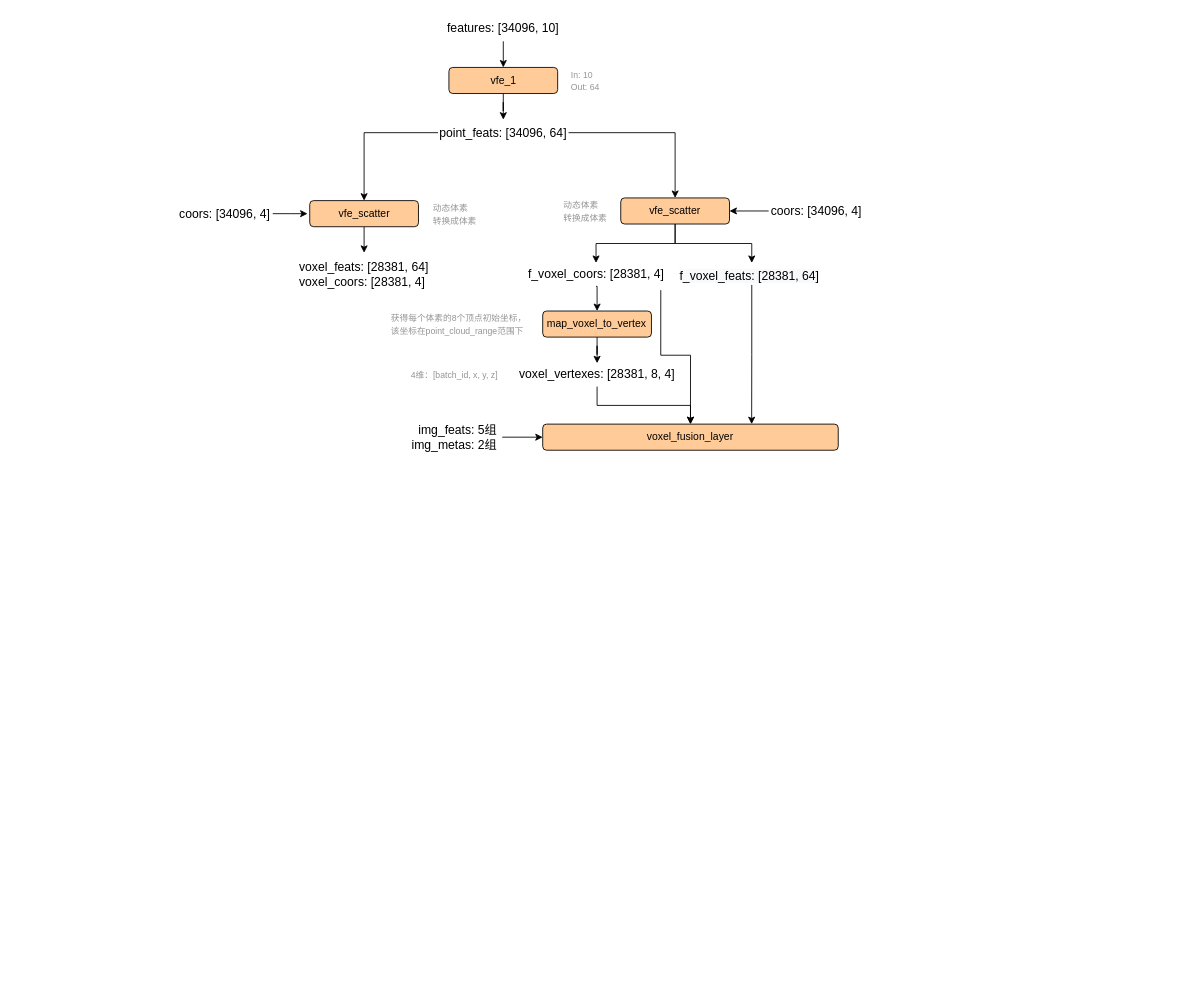
This is voxel_point_fusion.drawio from wennieWN/UML, a draw.io file, before an edit. Source tidied: cells renumbered, new cells numbered last; positions are measured from the earlier drawing's top-left corner, leaving out a move shared by most shapes. Both pictures are drawn from the tidied source at 87%, with x=0, y=0 at pixel (177, 15).
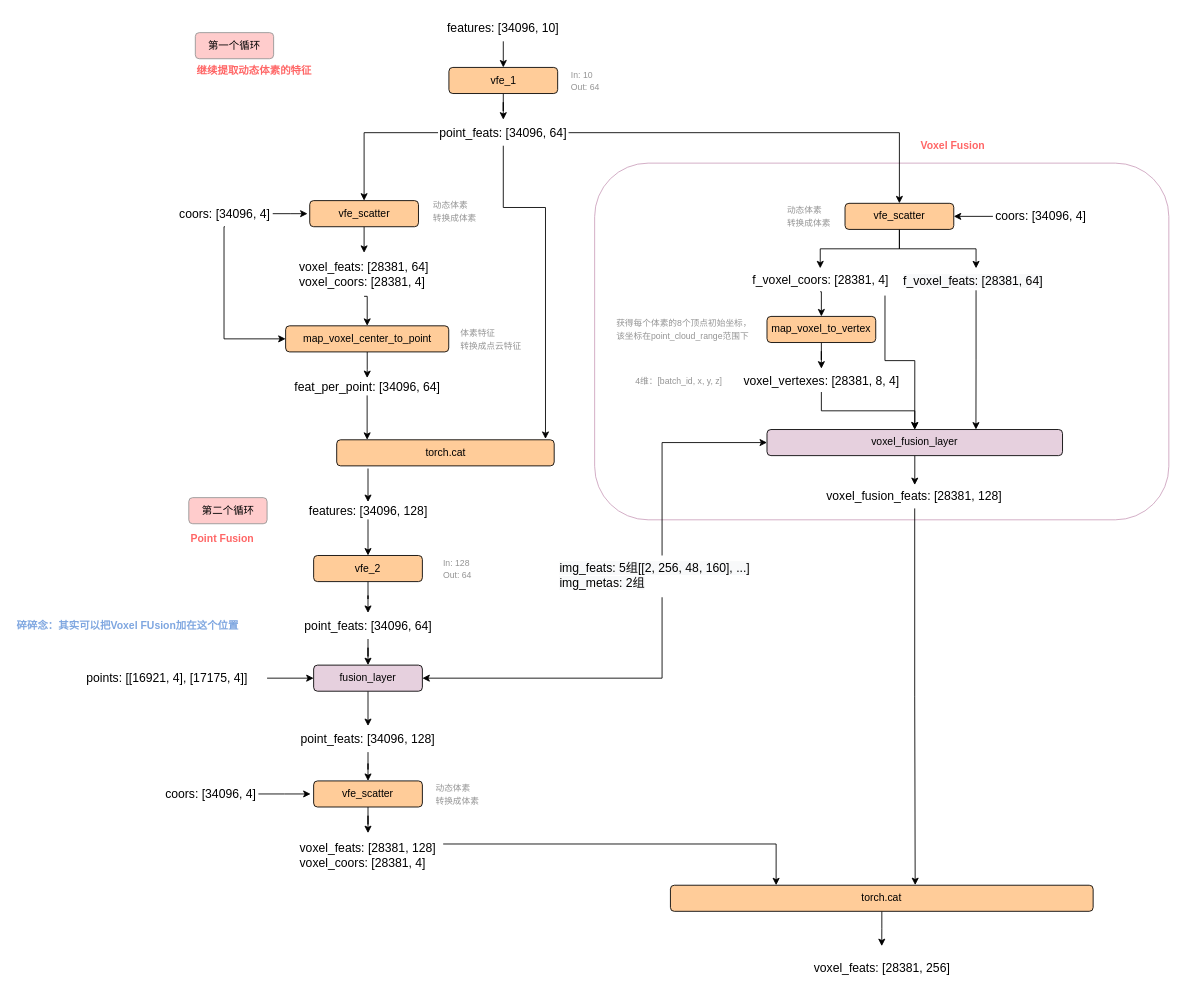
After the change.

Unchanged cells that the change refers to:
```xml
<mxCell id="8" value="&lt;font style=&quot;font-size: 14px&quot;&gt;point_feats: [34096, 64]&lt;/font&gt;" style="text;html=1;strokeColor=none;fillColor=none;align=center;verticalAlign=middle;whiteSpace=wrap;rounded=0;" parent="1" vertex="1">
  <mxGeometry x="300" y="120" width="150" height="30" as="geometry" />
</mxCell>
<mxCell id="13" value="&lt;font style=&quot;font-size: 14px&quot;&gt;coors: [34096, 4]&lt;/font&gt;" style="text;html=1;strokeColor=none;fillColor=none;align=center;verticalAlign=middle;whiteSpace=wrap;rounded=0;" parent="1" vertex="1">
  <mxGeometry y="213.1" width="110" height="30" as="geometry" />
</mxCell>
<mxCell id="14" value="&lt;div style=&quot;text-align: left&quot;&gt;&lt;span style=&quot;font-size: 14px&quot;&gt;voxel_feats: [28381, 64]&lt;/span&gt;&lt;/div&gt;&lt;font style=&quot;font-size: 14px&quot;&gt;&lt;div style=&quot;text-align: left&quot;&gt;&lt;span&gt;voxel_coors: [28381, 4]&lt;/span&gt;&lt;/div&gt;&lt;/font&gt;" style="text;html=1;strokeColor=none;fillColor=none;align=center;verticalAlign=middle;whiteSpace=wrap;rounded=0;" parent="1" vertex="1">
  <mxGeometry x="136.2" y="273.1" width="157.5" height="50" as="geometry" />
</mxCell>
```

The edit, as a diff of the source:
```diff
@@
+    <mxCell id="36" style="rounded=1;whiteSpace=wrap;html=1;shadow=0;strokeColor=#CDA2BE;fillColor=none;" parent="1" vertex="1">
+      <mxGeometry x="480" y="170" width="660" height="410" as="geometry" />
+    </mxCell>
@@
     <mxCell id="15" value="&lt;div style=&quot;text-align: left&quot;&gt;&lt;span style=&quot;font-size: 10px&quot;&gt;&lt;font color=&quot;#949494&quot;&gt;动态体素&lt;/font&gt;&lt;/span&gt;&lt;/div&gt;&lt;div style=&quot;text-align: left&quot;&gt;&lt;span style=&quot;font-size: 10px&quot;&gt;&lt;font color=&quot;#949494&quot;&gt;转换成体素&lt;/font&gt;&lt;/span&gt;&lt;/div&gt;" style="text;html=1;strokeColor=none;fillColor=none;align=center;verticalAlign=middle;whiteSpace=wrap;rounded=0;" parent="1" vertex="1">
-      <mxGeometry x="277.5" y="210" width="82.5" height="36.2" as="geometry" />
+      <mxGeometry x="277.5" y="206.9" width="82.5" height="36.2" as="geometry" />
     </mxCell>
@@
     <mxCell id="18" value="vfe_scatter" style="rounded=1;whiteSpace=wrap;html=1;fillColor=#FFCC99;" parent="1" vertex="1">
-      <mxGeometry x="510" y="210" width="125" height="30" as="geometry" />
+      <mxGeometry x="767.8" y="216.2" width="125" height="30" as="geometry" />
     </mxCell>
     <mxCell id="19" value="&lt;div style=&quot;text-align: left&quot;&gt;&lt;span style=&quot;font-size: 10px&quot;&gt;&lt;font color=&quot;#949494&quot;&gt;动态体素&lt;/font&gt;&lt;/span&gt;&lt;/div&gt;&lt;div style=&quot;text-align: left&quot;&gt;&lt;span style=&quot;font-size: 10px&quot;&gt;&lt;font color=&quot;#949494&quot;&gt;转换成体素&lt;/font&gt;&lt;/span&gt;&lt;/div&gt;" style="text;html=1;strokeColor=none;fillColor=none;align=center;verticalAlign=middle;whiteSpace=wrap;rounded=0;" parent="1" vertex="1">
-      <mxGeometry x="427.5" y="206.9" width="82.5" height="36.2" as="geometry" />
+      <mxGeometry x="685.2" y="213.1" width="82.5" height="36.2" as="geometry" />
     </mxCell>
@@
     <mxCell id="21" value="&lt;div style=&quot;text-align: left&quot;&gt;&lt;span style=&quot;font-size: 14px&quot;&gt;f_voxel_coors: [28381, 4]&lt;/span&gt;&lt;br&gt;&lt;/div&gt;" style="text;html=1;strokeColor=none;fillColor=none;align=center;verticalAlign=middle;whiteSpace=wrap;rounded=0;" parent="1" vertex="1">
-      <mxGeometry x="388.8" y="284.7" width="185.6" height="26.9" as="geometry" />
+      <mxGeometry x="646.5" y="290.9" width="185.6" height="26.9" as="geometry" />
     </mxCell>
@@
     <mxCell id="24" value="&lt;span style=&quot;color: rgb(0, 0, 0); font-family: helvetica; font-size: 14px; font-style: normal; font-weight: 400; letter-spacing: normal; text-align: left; text-indent: 0px; text-transform: none; word-spacing: 0px; background-color: rgb(248, 249, 250); display: inline; float: none;&quot;&gt;f_voxel_feats: [28381, 64]&lt;/span&gt;" style="text;whiteSpace=wrap;html=1;" parent="1" vertex="1">
-      <mxGeometry x="575.6" y="284.7" width="170" height="25.3" as="geometry" />
+      <mxGeometry x="833.4" y="290.9" width="170" height="25.3" as="geometry" />
     </mxCell>
@@
     <mxCell id="26" value="map_voxel_to_vertex" style="rounded=1;whiteSpace=wrap;html=1;fillColor=#FFCC99;" parent="1" vertex="1">
-      <mxGeometry x="420.3" y="340" width="125" height="30" as="geometry" />
+      <mxGeometry x="678.1" y="346.2" width="125" height="30" as="geometry" />
     </mxCell>
@@
     <mxCell id="28" value="&lt;font style=&quot;font-size: 14px&quot;&gt;coors: [34096, 4]&lt;/font&gt;" style="text;html=1;strokeColor=none;fillColor=none;align=center;verticalAlign=middle;whiteSpace=wrap;rounded=0;" parent="1" vertex="1">
-      <mxGeometry x="680" y="210" width="110" height="30" as="geometry" />
+      <mxGeometry x="937.8" y="216.2" width="110" height="30" as="geometry" />
     </mxCell>
@@
     <mxCell id="30" value="&lt;div style=&quot;text-align: left&quot;&gt;&lt;span style=&quot;font-size: 14px&quot;&gt;voxel_vertexes: [28381, 8, 4]&lt;/span&gt;&lt;br&gt;&lt;/div&gt;" style="text;html=1;strokeColor=none;fillColor=none;align=center;verticalAlign=middle;whiteSpace=wrap;rounded=0;" parent="1" vertex="1">
-      <mxGeometry x="390" y="400" width="185.6" height="26.9" as="geometry" />
+      <mxGeometry x="647.8" y="406.2" width="185.6" height="26.9" as="geometry" />
     </mxCell>
     <mxCell id="31" value="&lt;div style=&quot;text-align: left&quot;&gt;&lt;span style=&quot;font-size: 10px&quot;&gt;&lt;font color=&quot;#949494&quot;&gt;获得每个体素的8个顶点初始坐标，&lt;/font&gt;&lt;/span&gt;&lt;/div&gt;&lt;div style=&quot;text-align: left&quot;&gt;&lt;span style=&quot;font-size: 10px&quot;&gt;&lt;font color=&quot;#949494&quot;&gt;该坐标在point_cloud_range范围下&lt;/font&gt;&lt;/span&gt;&lt;/div&gt;" style="text;html=1;strokeColor=none;fillColor=none;align=center;verticalAlign=middle;whiteSpace=wrap;rounded=0;" parent="1" vertex="1">
-      <mxGeometry x="211.2" y="336.9" width="226.2" height="36.2" as="geometry" />
+      <mxGeometry x="470" y="343.1" width="226.2" height="36.2" as="geometry" />
     </mxCell>
     <mxCell id="32" value="&lt;div style=&quot;text-align: left&quot;&gt;&lt;span style=&quot;font-size: 10px&quot;&gt;&lt;font color=&quot;#949494&quot;&gt;4维：[batch_id, x, y, z]&lt;/font&gt;&lt;/span&gt;&lt;/div&gt;" style="text;html=1;strokeColor=none;fillColor=none;align=center;verticalAlign=middle;whiteSpace=wrap;rounded=0;" parent="1" vertex="1">
-      <mxGeometry x="248.8" y="400.6" width="140" height="26.2" as="geometry" />
+      <mxGeometry x="506.5" y="406.9" width="140" height="26.2" as="geometry" />
     </mxCell>
+    <mxCell id="37" style="edgeStyle=orthogonalEdgeStyle;rounded=0;jettySize=auto;html=1;entryX=0.5;entryY=0;entryDx=0;entryDy=0;" parent="1" edge="1" source="33" target="39">
+      <mxGeometry relative="1" as="geometry" />
+    </mxCell>
-    <mxCell id="33" value="voxel_fusion_layer" style="rounded=1;whiteSpace=wrap;html=1;fillColor=#FFCC99;" parent="1" vertex="1">
-      <mxGeometry x="420.3" y="470" width="339.7" height="30" as="geometry" />
+    <mxCell id="33" value="voxel_fusion_layer" style="rounded=1;whiteSpace=wrap;html=1;fillColor=#E6D0DE;" parent="1" vertex="1">
+      <mxGeometry x="678.1" y="476.2" width="339.7" height="30" as="geometry" />
     </mxCell>
-    <mxCell id="34" style="edgeStyle=orthogonalEdgeStyle;rounded=0;jettySize=auto;html=1;entryX=0;entryY=0.5;entryDx=0;entryDy=0;" parent="1" edge="1" source="35" target="33">
-      <mxGeometry relative="1" as="geometry" />
-    </mxCell>
-    <mxCell id="35" value="&lt;div style=&quot;text-align: right&quot;&gt;&lt;span style=&quot;font-size: 14px&quot;&gt;img_feats: 5组&lt;/span&gt;&lt;/div&gt;&lt;font style=&quot;font-size: 14px&quot;&gt;&lt;div style=&quot;text-align: right&quot;&gt;&lt;span&gt;img_metas: 2组&lt;/span&gt;&lt;/div&gt;&lt;/font&gt;" style="text;html=1;strokeColor=none;fillColor=none;align=center;verticalAlign=middle;whiteSpace=wrap;rounded=0;" parent="1" vertex="1">
-      <mxGeometry x="263.8" y="470" width="110" height="30" as="geometry" />
-    </mxCell>
+    <mxCell id="38" style="edgeStyle=orthogonalEdgeStyle;rounded=0;jettySize=auto;html=1;entryX=0.579;entryY=-0.005;entryDx=0;entryDy=0;entryPerimeter=0;" parent="1" edge="1" source="39" target="79">
+      <mxGeometry relative="1" as="geometry" />
+    </mxCell>
+    <mxCell id="39" value="&lt;div style=&quot;text-align: left&quot;&gt;&lt;span style=&quot;font-size: 14px&quot;&gt;voxel_fusion_feats: [28381, 128]&lt;/span&gt;&lt;br&gt;&lt;/div&gt;" style="text;html=1;strokeColor=none;fillColor=none;align=center;verticalAlign=middle;whiteSpace=wrap;rounded=0;" parent="1" vertex="1">
+      <mxGeometry x="702.2" y="540" width="291.4" height="26.9" as="geometry" />
+    </mxCell>
+    <mxCell id="40" style="edgeStyle=orthogonalEdgeStyle;rounded=0;jettySize=auto;html=1;entryX=0.96;entryY=-0.033;entryDx=0;entryDy=0;entryPerimeter=0;exitX=0.5;exitY=1;exitDx=0;exitDy=0;" parent="1" edge="1" source="8" target="49">
+      <mxGeometry relative="1" as="geometry">
+        <Array as="points">
+          <mxPoint x="375" y="221" />
+          <mxPoint x="424" y="221" />
+        </Array>
+      </mxGeometry>
+    </mxCell>
+    <mxCell id="41" style="edgeStyle=orthogonalEdgeStyle;rounded=0;jettySize=auto;html=1;entryX=0;entryY=0.5;entryDx=0;entryDy=0;exitX=0.5;exitY=1;exitDx=0;exitDy=0;" parent="1" edge="1" source="13" target="44">
+      <mxGeometry relative="1" as="geometry">
+        <Array as="points">
+          <mxPoint x="54" y="243" />
+          <mxPoint x="54" y="372" />
+        </Array>
+      </mxGeometry>
+    </mxCell>
+    <mxCell id="42" style="edgeStyle=orthogonalEdgeStyle;rounded=0;jettySize=auto;html=1;entryX=0.5;entryY=0;entryDx=0;entryDy=0;exitX=0.5;exitY=1;exitDx=0;exitDy=0;" parent="1" edge="1" source="14" target="44">
+      <mxGeometry relative="1" as="geometry" />
+    </mxCell>
+    <mxCell id="43" style="edgeStyle=orthogonalEdgeStyle;rounded=0;jettySize=auto;html=1;" parent="1" edge="1" source="44" target="47">
+      <mxGeometry relative="1" as="geometry" />
+    </mxCell>
+    <mxCell id="44" value="map_voxel_center_to_point" style="rounded=1;whiteSpace=wrap;html=1;fillColor=#FFCC99;" parent="1" vertex="1">
+      <mxGeometry x="124.8" y="357" width="187.5" height="30" as="geometry" />
+    </mxCell>
+    <mxCell id="45" value="&lt;font color=&quot;#949494&quot;&gt;&lt;span style=&quot;font-size: 10px&quot;&gt;体素特征&lt;br&gt;转换成点云特征&lt;/span&gt;&lt;/font&gt;" style="text;html=1;strokeColor=none;fillColor=none;align=left;verticalAlign=middle;whiteSpace=wrap;rounded=0;" parent="1" vertex="1">
+      <mxGeometry x="323.5" y="355.4" width="91.2" height="33.1" as="geometry" />
+    </mxCell>
+    <mxCell id="46" style="edgeStyle=orthogonalEdgeStyle;rounded=0;jettySize=auto;html=1;entryX=0.14;entryY=0;entryDx=0;entryDy=0;entryPerimeter=0;" parent="1" edge="1" source="47" target="49">
+      <mxGeometry relative="1" as="geometry" />
+    </mxCell>
+    <mxCell id="47" value="&lt;div style=&quot;text-align: left&quot;&gt;&lt;span style=&quot;font-size: 14px&quot;&gt;feat_per_point: [34096, 64]&lt;/span&gt;&lt;/div&gt;" style="text;html=1;strokeColor=none;fillColor=none;align=center;verticalAlign=middle;whiteSpace=wrap;rounded=0;" parent="1" vertex="1">
+      <mxGeometry x="128.5" y="417" width="180" height="20" as="geometry" />
+    </mxCell>
+    <mxCell id="48" style="edgeStyle=orthogonalEdgeStyle;rounded=0;jettySize=auto;html=1;entryX=0.5;entryY=0;entryDx=0;entryDy=0;exitX=0.144;exitY=1.1;exitDx=0;exitDy=0;exitPerimeter=0;" parent="1" edge="1" source="49" target="51">
+      <mxGeometry relative="1" as="geometry" />
+    </mxCell>
+    <mxCell id="49" value="torch.cat" style="rounded=1;whiteSpace=wrap;html=1;fillColor=#FFCC99;" parent="1" vertex="1">
+      <mxGeometry x="183.5" y="488" width="250" height="30" as="geometry" />
+    </mxCell>
+    <mxCell id="50" style="edgeStyle=orthogonalEdgeStyle;rounded=0;jettySize=auto;html=1;entryX=0.5;entryY=0;entryDx=0;entryDy=0;" parent="1" edge="1" source="51" target="53">
+      <mxGeometry relative="1" as="geometry" />
+    </mxCell>
+    <mxCell id="51" value="&lt;div style=&quot;text-align: left&quot;&gt;&lt;span style=&quot;font-size: 14px&quot;&gt;features: [34096, 128]&lt;/span&gt;&lt;/div&gt;" style="text;html=1;strokeColor=none;fillColor=none;align=center;verticalAlign=middle;whiteSpace=wrap;rounded=0;" parent="1" vertex="1">
+      <mxGeometry x="129.5" y="559.5" width="180" height="20" as="geometry" />
+    </mxCell>
+    <mxCell id="52" style="edgeStyle=orthogonalEdgeStyle;rounded=0;jettySize=auto;html=1;" parent="1" edge="1" source="53" target="56">
+      <mxGeometry relative="1" as="geometry" />
+    </mxCell>
+    <mxCell id="53" value="vfe_2" style="rounded=1;whiteSpace=wrap;html=1;fillColor=#FFCC99;" parent="1" vertex="1">
+      <mxGeometry x="157" y="621" width="125" height="30" as="geometry" />
+    </mxCell>
+    <mxCell id="54" value="&lt;div style=&quot;text-align: left&quot;&gt;&lt;font style=&quot;font-size: 10px&quot; color=&quot;#949494&quot;&gt;In: 128&lt;/font&gt;&lt;/div&gt;&lt;font style=&quot;font-size: 10px&quot; color=&quot;#949494&quot;&gt;&lt;div style=&quot;text-align: left&quot;&gt;Out: 64&lt;/div&gt;&lt;/font&gt;" style="text;html=1;strokeColor=none;fillColor=none;align=center;verticalAlign=middle;whiteSpace=wrap;rounded=0;" parent="1" vertex="1">
+      <mxGeometry x="291" y="618.5" width="62.5" height="35" as="geometry" />
+    </mxCell>
+    <mxCell id="55" style="edgeStyle=orthogonalEdgeStyle;rounded=0;jettySize=auto;html=1;entryX=0.5;entryY=0;entryDx=0;entryDy=0;" parent="1" edge="1" source="56" target="59">
+      <mxGeometry relative="1" as="geometry" />
+    </mxCell>
+    <mxCell id="56" value="&lt;font style=&quot;font-size: 14px&quot;&gt;point_feats: [34096, 64]&lt;/font&gt;" style="text;html=1;strokeColor=none;fillColor=none;align=center;verticalAlign=middle;whiteSpace=wrap;rounded=0;" parent="1" vertex="1">
+      <mxGeometry x="144.5" y="687" width="150" height="30" as="geometry" />
+    </mxCell>
+    <mxCell id="57" value="第二个循环" style="rounded=1;whiteSpace=wrap;html=1;strokeColor=#949494;fillColor=#FFCCCC;" parent="1" vertex="1">
+      <mxGeometry x="13.5" y="554.5" width="90" height="30" as="geometry" />
+    </mxCell>
+    <mxCell id="58" style="edgeStyle=orthogonalEdgeStyle;rounded=0;jettySize=auto;html=1;" parent="1" edge="1" source="59" target="66">
+      <mxGeometry relative="1" as="geometry" />
+    </mxCell>
+    <mxCell id="59" value="fusion_layer" style="rounded=1;whiteSpace=wrap;html=1;fillColor=#E6D0DE;" parent="1" vertex="1">
+      <mxGeometry x="157" y="747" width="125" height="30" as="geometry" />
+    </mxCell>
+    <mxCell id="60" style="edgeStyle=orthogonalEdgeStyle;rounded=0;jettySize=auto;html=1;entryX=0;entryY=0.5;entryDx=0;entryDy=0;" parent="1" edge="1" source="61" target="59">
+      <mxGeometry relative="1" as="geometry" />
+    </mxCell>
+    <mxCell id="61" value="&lt;div&gt;&lt;span style=&quot;font-size: 14px&quot;&gt;points: [[16921, 4], [17175, 4]]&lt;/span&gt;&lt;/div&gt;" style="text;html=1;strokeColor=none;fillColor=none;align=left;verticalAlign=middle;whiteSpace=wrap;rounded=0;" parent="1" vertex="1">
+      <mxGeometry x="-106.5" y="743.5" width="210" height="37" as="geometry" />
+    </mxCell>
+    <mxCell id="62" style="edgeStyle=orthogonalEdgeStyle;rounded=0;jettySize=auto;html=1;entryX=1;entryY=0.5;entryDx=0;entryDy=0;exitX=0.5;exitY=1;exitDx=0;exitDy=0;" parent="1" edge="1" source="64" target="59">
+      <mxGeometry relative="1" as="geometry" />
+    </mxCell>
+    <mxCell id="63" style="edgeStyle=orthogonalEdgeStyle;rounded=0;jettySize=auto;html=1;entryX=0;entryY=0.5;entryDx=0;entryDy=0;exitX=0.5;exitY=0;exitDx=0;exitDy=0;" parent="1" edge="1" source="64" target="33">
+      <mxGeometry relative="1" as="geometry" />
+    </mxCell>
+    <mxCell id="64" value="&lt;span style=&quot;color: rgb(0 , 0 , 0) ; font-family: &amp;#34;helvetica&amp;#34; ; font-size: 14px ; font-style: normal ; font-weight: 400 ; letter-spacing: normal ; text-align: left ; text-indent: 0px ; text-transform: none ; word-spacing: 0px ; background-color: rgb(248 , 249 , 250) ; display: inline ; float: none&quot;&gt;img_feats: 5组[[2, 256, 48, 160], ...]&lt;br&gt;&lt;span style=&quot;font-family: &amp;#34;helvetica&amp;#34; ; text-align: right&quot;&gt;img_metas: 2组&lt;/span&gt;&lt;br&gt;&lt;/span&gt;" style="text;whiteSpace=wrap;html=1;" parent="1" vertex="1">
+      <mxGeometry x="437.5" y="621" width="240" height="48" as="geometry" />
+    </mxCell>
+    <mxCell id="65" style="edgeStyle=orthogonalEdgeStyle;rounded=0;jettySize=auto;html=1;" parent="1" edge="1" source="66" target="68">
+      <mxGeometry relative="1" as="geometry" />
+    </mxCell>
+    <mxCell id="66" value="&lt;font style=&quot;font-size: 14px&quot;&gt;point_feats: [34096, 128]&lt;/font&gt;" style="text;html=1;strokeColor=none;fillColor=none;align=center;verticalAlign=middle;whiteSpace=wrap;rounded=0;" parent="1" vertex="1">
+      <mxGeometry x="130" y="817" width="179" height="30" as="geometry" />
+    </mxCell>
+    <mxCell id="67" style="edgeStyle=orthogonalEdgeStyle;rounded=0;jettySize=auto;html=1;" parent="1" edge="1" source="68" target="72">
+      <mxGeometry relative="1" as="geometry" />
+    </mxCell>
+    <mxCell id="68" value="vfe_scatter" style="rounded=1;whiteSpace=wrap;html=1;fillColor=#FFCC99;" parent="1" vertex="1">
+      <mxGeometry x="157" y="880.1" width="125" height="30" as="geometry" />
+    </mxCell>
+    <mxCell id="69" style="edgeStyle=orthogonalEdgeStyle;rounded=0;jettySize=auto;html=1;" parent="1" edge="1" source="70">
+      <mxGeometry relative="1" as="geometry">
+        <mxPoint x="153.5" y="895.1" as="targetPoint" />
+      </mxGeometry>
+    </mxCell>
+    <mxCell id="70" value="&lt;font style=&quot;font-size: 14px&quot;&gt;coors: [34096, 4]&lt;/font&gt;" style="text;html=1;strokeColor=none;fillColor=none;align=center;verticalAlign=middle;whiteSpace=wrap;rounded=0;" parent="1" vertex="1">
+      <mxGeometry x="-16.5" y="880.1" width="110" height="30" as="geometry" />
+    </mxCell>
+    <mxCell id="71" style="edgeStyle=orthogonalEdgeStyle;rounded=0;jettySize=auto;html=1;exitX=1;exitY=0.25;exitDx=0;exitDy=0;entryX=0.25;entryY=0;entryDx=0;entryDy=0;" parent="1" edge="1" source="72" target="79">
+      <mxGeometry relative="1" as="geometry" />
+    </mxCell>
+    <mxCell id="72" value="&lt;div style=&quot;text-align: left&quot;&gt;&lt;span style=&quot;font-size: 14px&quot;&gt;voxel_feats: [28381, 128]&lt;/span&gt;&lt;/div&gt;&lt;font style=&quot;font-size: 14px&quot;&gt;&lt;div style=&quot;text-align: left&quot;&gt;&lt;span&gt;voxel_coors: [28381, 4]&lt;/span&gt;&lt;/div&gt;&lt;/font&gt;" style="text;html=1;strokeColor=none;fillColor=none;align=center;verticalAlign=middle;whiteSpace=wrap;rounded=0;" parent="1" vertex="1">
+      <mxGeometry x="133.1" y="940.1" width="172.8" height="50" as="geometry" />
+    </mxCell>
+    <mxCell id="73" value="&lt;div style=&quot;text-align: left&quot;&gt;&lt;span style=&quot;font-size: 10px&quot;&gt;&lt;font color=&quot;#949494&quot;&gt;动态体素&lt;/font&gt;&lt;/span&gt;&lt;/div&gt;&lt;div style=&quot;text-align: left&quot;&gt;&lt;span style=&quot;font-size: 10px&quot;&gt;&lt;font color=&quot;#949494&quot;&gt;转换成体素&lt;/font&gt;&lt;/span&gt;&lt;/div&gt;" style="text;html=1;strokeColor=none;fillColor=none;align=center;verticalAlign=middle;whiteSpace=wrap;rounded=0;" parent="1" vertex="1">
+      <mxGeometry x="281" y="877" width="82.5" height="36.2" as="geometry" />
+    </mxCell>
+    <mxCell id="74" value="&lt;b&gt;&lt;font color=&quot;#ff6666&quot;&gt;Point Fusion&lt;/font&gt;&lt;/b&gt;" style="text;html=1;strokeColor=none;fillColor=none;align=left;verticalAlign=middle;whiteSpace=wrap;rounded=0;" parent="1" vertex="1">
+      <mxGeometry x="13.5" y="592" width="150" height="20" as="geometry" />
+    </mxCell>
+    <mxCell id="75" value="第一个循环" style="rounded=1;whiteSpace=wrap;html=1;strokeColor=#949494;fillColor=#FFCCCC;" parent="1" vertex="1">
+      <mxGeometry x="21" y="20" width="90" height="30" as="geometry" />
+    </mxCell>
+    <mxCell id="76" value="&lt;b&gt;&lt;font color=&quot;#ff6666&quot;&gt;继续提取动态体素的特征&lt;/font&gt;&lt;/b&gt;" style="text;html=1;strokeColor=none;fillColor=none;align=center;verticalAlign=middle;whiteSpace=wrap;rounded=0;" parent="1" vertex="1">
+      <mxGeometry x="13.5" y="53.8" width="150" height="20" as="geometry" />
+    </mxCell>
+    <mxCell id="77" value="&lt;b&gt;&lt;font color=&quot;#ff6666&quot;&gt;Voxel Fusion&lt;/font&gt;&lt;/b&gt;" style="text;html=1;strokeColor=none;fillColor=none;align=left;verticalAlign=middle;whiteSpace=wrap;rounded=0;" parent="1" vertex="1">
+      <mxGeometry x="853.4" y="140" width="150" height="20" as="geometry" />
+    </mxCell>
+    <mxCell id="78" style="edgeStyle=orthogonalEdgeStyle;rounded=0;jettySize=auto;html=1;entryX=0.5;entryY=0;entryDx=0;entryDy=0;" parent="1" edge="1" source="79" target="80">
+      <mxGeometry relative="1" as="geometry" />
+    </mxCell>
+    <mxCell id="79" value="torch.cat" style="rounded=1;whiteSpace=wrap;html=1;fillColor=#FFCC99;" parent="1" vertex="1">
+      <mxGeometry x="567.1" y="1000" width="485.9" height="30" as="geometry" />
+    </mxCell>
+    <mxCell id="80" value="&lt;div style=&quot;text-align: left&quot;&gt;&lt;span style=&quot;font-size: 14px&quot;&gt;voxel_feats: [28381, 256&lt;/span&gt;&lt;span style=&quot;font-size: 14px&quot;&gt;]&lt;/span&gt;&lt;/div&gt;" style="text;html=1;strokeColor=none;fillColor=none;align=center;verticalAlign=middle;whiteSpace=wrap;rounded=0;" parent="1" vertex="1">
+      <mxGeometry x="723.6" y="1070" width="172.8" height="50" as="geometry" />
+    </mxCell>
+    <mxCell id="81" value="&lt;b&gt;&lt;font color=&quot;#7ea6e0&quot;&gt;碎碎念：其实可以把Voxel FUsion加在这个位置&lt;/font&gt;&lt;/b&gt;" style="text;html=1;strokeColor=none;fillColor=none;align=left;verticalAlign=middle;whiteSpace=wrap;rounded=0;" parent="1" vertex="1">
+      <mxGeometry x="-186.5" y="692" width="290" height="20" as="geometry" />
+    </mxCell>
```
